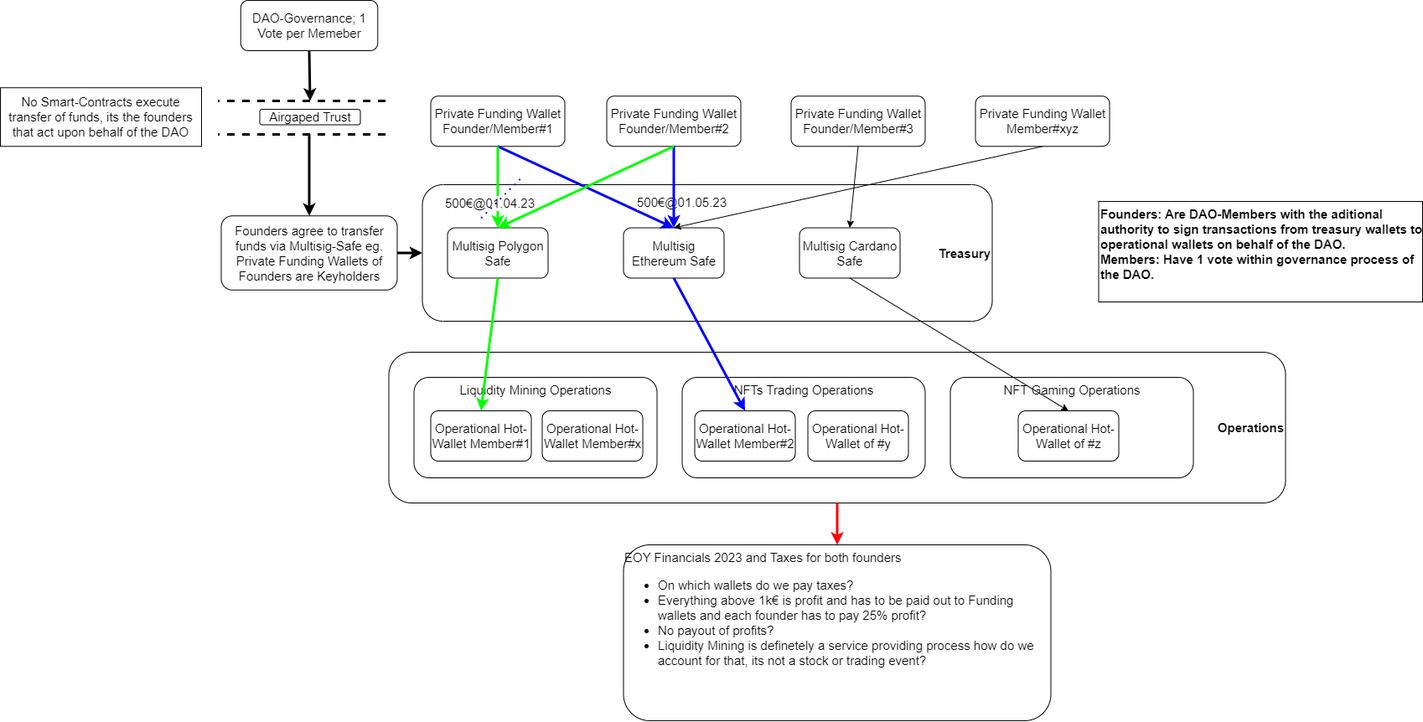
This is 00_Organisational/Roadmap/organisationalOverview.png from Vedaykin/2ndRenaissanceSociety, a draw.io export, as it was before one commit. Source tidied: cells renumbered, new cells last; positions are measured from the earlier drawing's top-left corner, leaving out a move shared by most shapes.
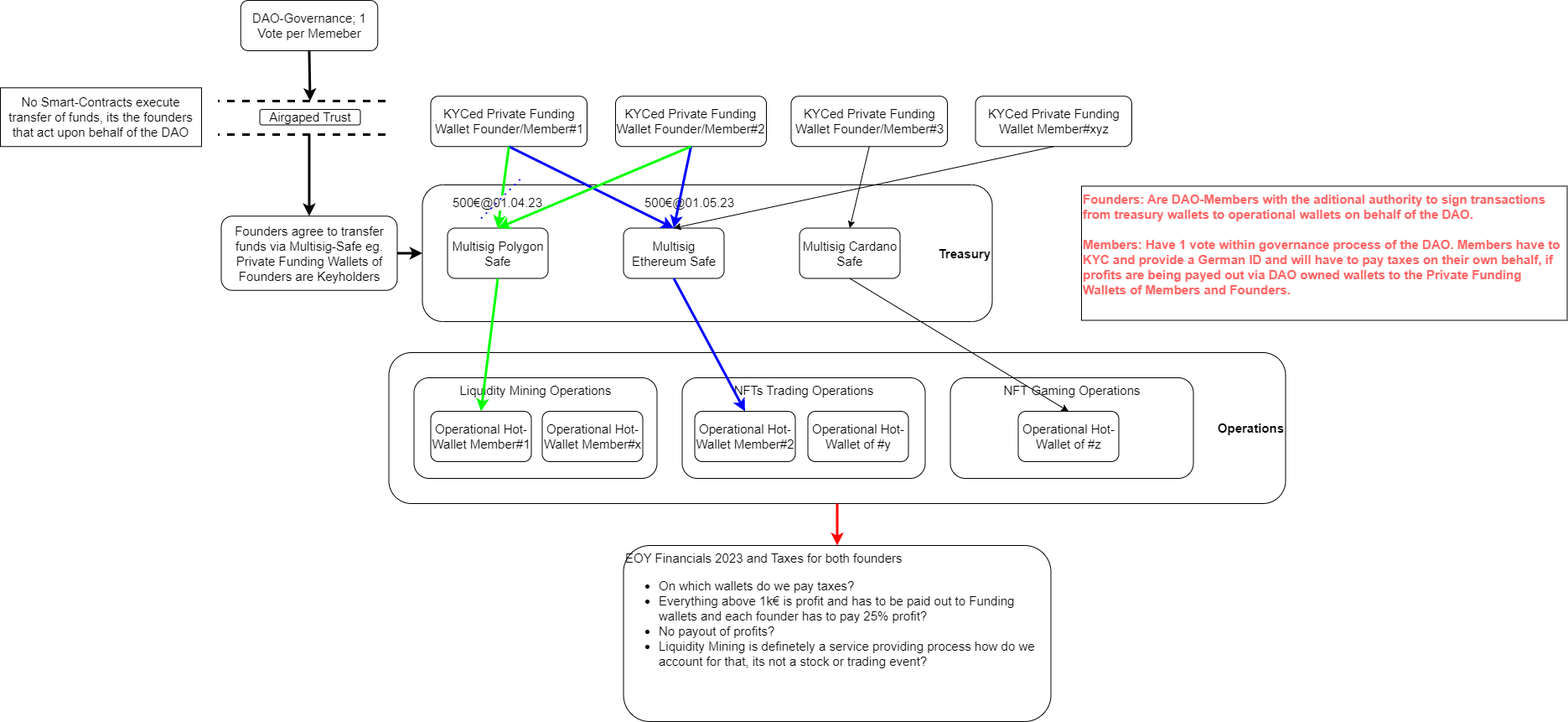
The same diagram one commit later.

The edit, as a diff of the source:
```diff
@@ -5,11 +5,11 @@
     <mxCell id="2" value="&lt;div style=&quot;font-size: 15px;&quot;&gt;&lt;b style=&quot;font-size: 15px;&quot;&gt;&lt;font style=&quot;font-size: 15px;&quot;&gt;Treasury&lt;/font&gt;&lt;/b&gt;&lt;/div&gt;" style="rounded=1;whiteSpace=wrap;html=1;align=right;fontSize=15;" parent="1" vertex="1">
       <mxGeometry x="503.5" y="220" width="680" height="163" as="geometry" />
     </mxCell>
-    <mxCell id="3" value="Private Funding Wallet Founder/Member#1" style="rounded=1;whiteSpace=wrap;html=1;fontSize=15;" parent="1" vertex="1">
-      <mxGeometry x="513.5" y="114.2" width="160" height="60" as="geometry" />
+    <mxCell id="3" value="KYCed Private Funding Wallet Founder/Member#1" style="rounded=1;whiteSpace=wrap;html=1;fontSize=15;" parent="1" vertex="1">
+      <mxGeometry x="513.5" y="114.2" width="186.5" height="60" as="geometry" />
     </mxCell>
-    <mxCell id="4" value="Private Funding Wallet Founder/Member#2" style="rounded=1;whiteSpace=wrap;html=1;fontSize=15;" parent="1" vertex="1">
-      <mxGeometry x="723.5" y="114.2" width="160" height="60" as="geometry" />
+    <mxCell id="4" value="KYCed&amp;nbsp;Private Funding Wallet Founder/Member#2" style="rounded=1;whiteSpace=wrap;html=1;fontSize=15;" parent="1" vertex="1">
+      <mxGeometry x="734" y="114.2" width="180" height="60" as="geometry" />
     </mxCell>
     <mxCell id="5" value="Multisig Ethereum Safe" style="rounded=1;whiteSpace=wrap;html=1;fontSize=15;" parent="1" vertex="1">
       <mxGeometry x="743.5" y="271.5" width="120" height="60" as="geometry" />
@@ -115,11 +115,11 @@
         <mxPoint x="368.5" y="160" as="sourcePoint" />
       </mxGeometry>
     </mxCell>
-    <mxCell id="34" value="Private Funding Wallet Founder/Member#3" style="rounded=1;whiteSpace=wrap;html=1;fontSize=15;" parent="1" vertex="1">
-      <mxGeometry x="943.5" y="114.2" width="160" height="60" as="geometry" />
+    <mxCell id="34" value="KYCed&amp;nbsp;Private Funding Wallet Founder/Member#3" style="rounded=1;whiteSpace=wrap;html=1;fontSize=15;" parent="1" vertex="1">
+      <mxGeometry x="943.5" y="114.2" width="186.5" height="60" as="geometry" />
     </mxCell>
-    <mxCell id="35" value="Private Funding Wallet Member#xyz" style="rounded=1;whiteSpace=wrap;html=1;fontSize=15;" parent="1" vertex="1">
-      <mxGeometry x="1163.5" y="114.2" width="160" height="60" as="geometry" />
+    <mxCell id="35" value="KYCed&amp;nbsp;Private Funding Wallet Member#xyz" style="rounded=1;whiteSpace=wrap;html=1;fontSize=15;" parent="1" vertex="1">
+      <mxGeometry x="1163.5" y="114.2" width="186.5" height="60" as="geometry" />
     </mxCell>
     <mxCell id="36" value="Operational Hot-Wallet Member#x" style="rounded=1;whiteSpace=wrap;html=1;fontSize=15;" parent="1" vertex="1">
       <mxGeometry x="646.5" y="490" width="120" height="60" as="geometry" />
@@ -139,8 +139,8 @@
     <mxCell id="41" style="endArrow=classic;html=1;rounded=0;strokeColor=#000000;strokeWidth=1;fontSize=15;fontColor=#050505;entryX=0.5;entryY=0;entryDx=0;entryDy=0;exitX=0.5;exitY=1;exitDx=0;exitDy=0;" parent="1" edge="1" source="7" target="38">
       <mxGeometry relative="1" as="geometry" />
     </mxCell>
-    <mxCell id="42" value="Founders: Are DAO-Members with the aditional authority to sign transactions from treasury wallets to operational wallets on behalf of the DAO.&lt;br style=&quot;font-size: 15px;&quot;&gt;&lt;div style=&quot;font-size: 15px;&quot;&gt;&lt;span style=&quot;background-color: initial; font-size: 15px;&quot;&gt;Members: Have 1 vote within governance process of the DAO.&lt;/span&gt;&lt;/div&gt;" style="rounded=0;whiteSpace=wrap;html=1;align=left;fontSize=15;verticalAlign=top;fontStyle=1;" parent="1" vertex="1">
-      <mxGeometry x="1310.5" y="240" width="386.5" height="120" as="geometry" />
+    <mxCell id="42" value="Founders: Are DAO-Members with the aditional authority to sign transactions from treasury wallets to operational wallets on behalf of the DAO.&lt;br&gt;&lt;br style=&quot;font-size: 15px;&quot;&gt;&lt;div style=&quot;font-size: 15px;&quot;&gt;&lt;span style=&quot;background-color: initial; font-size: 15px;&quot;&gt;Members: Have 1 vote within governance process of the DAO. Members have to KYC and provide a German ID and will have to pay taxes on their own behalf, if profits are being payed out via DAO owned wallets to the Private Funding Wallets of Members and Founders.&lt;/span&gt;&lt;/div&gt;" style="rounded=0;whiteSpace=wrap;html=1;align=left;fontSize=15;verticalAlign=top;fontStyle=1;fontColor=#FF6666;" parent="1" vertex="1">
+      <mxGeometry x="1290" y="221.5" width="579.5" height="160" as="geometry" />
     </mxCell>
   </root>
 </mxGraphModel>
```
